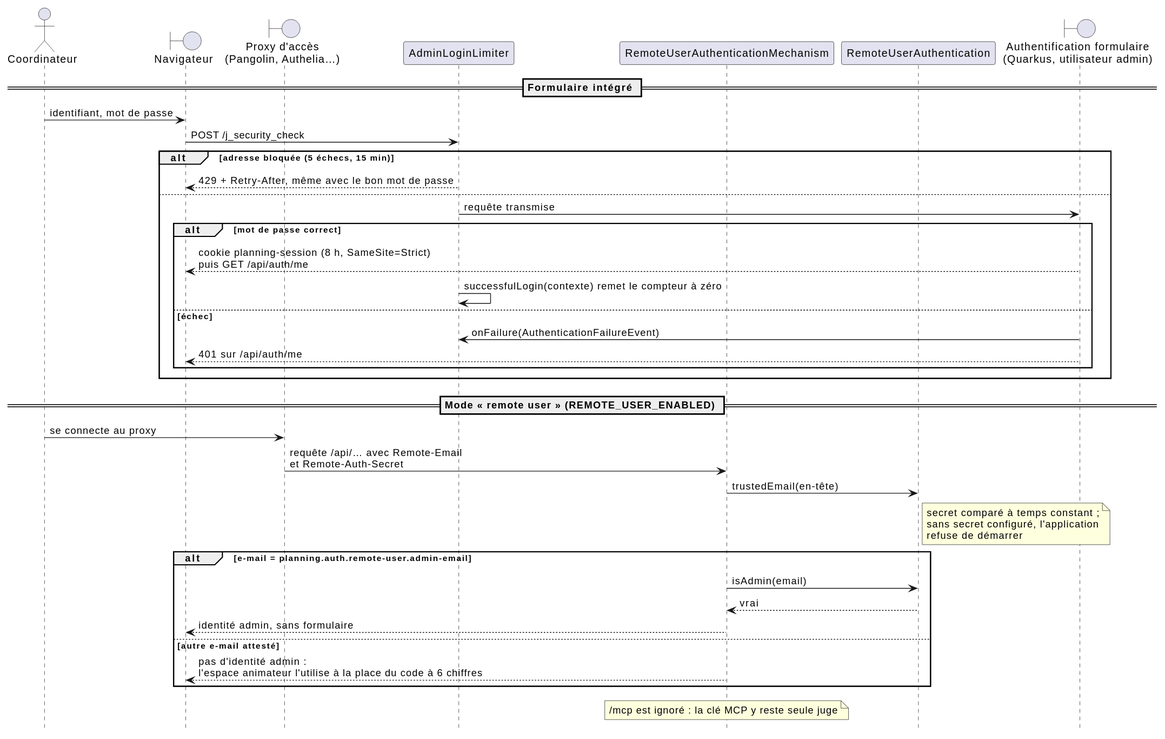
This is docs/diagrammes/authentification.svg from sylvainmetayer/planning-equipes, a PlantUML export, as it was before one commit. Its diagram source:
```plantuml
@startuml
skinparam backgroundColor #FFFFFF
skinparam responseMessageBelowArrow true
hide footbox

actor "Coordinateur" as admin
boundary "Navigateur" as front
boundary "Proxy d'accès\n(Pangolin, Authelia…)" as proxy
participant AdminLoginLimiter as verrou
participant RemoteUserAuthenticationMechanism as remote
participant RemoteUserAuthentication as confiance
boundary "Authentification formulaire\n(Quarkus, utilisateur admin)" as form

== Formulaire intégré ==
admin -> front : identifiant, mot de passe
front -> verrou : POST /j_security_check
alt adresse bloquée (5 échecs, 15 min)
  verrou --> front : 429 + Retry-After, même avec le bon mot de passe
else
  verrou -> form : requête transmise
  alt mot de passe correct
    form --> front : cookie planning-session (8 h, SameSite=Strict)\npuis GET /api/auth/me
    verrou -> verrou : successfulLogin(contexte) remet le compteur à zéro
  else échec
    form -> verrou : onFailure(AuthenticationFailureEvent)
    form --> front : 401 sur /api/auth/me
  end
end

== Mode « remote user » (REMOTE_USER_ENABLED) ==
admin -> proxy : se connecte au proxy
proxy -> remote : requête /api/… avec Remote-Email\net Remote-Auth-Secret
remote -> confiance : trustedEmail(en-tête)
note right of confiance : secret comparé à temps constant ;\nsans secret configuré, l'application\nrefuse de démarrer
alt e-mail = planning.auth.remote-user.admin-email
  remote -> confiance : isAdmin(email)
  confiance --> remote : vrai
  remote --> front : identité admin, sans formulaire
else autre e-mail attesté
  remote --> front : pas d'identité admin :\nl'espace animateur l'utilise à la place du code à 6 chiffres
end
note over remote : /mcp est ignoré : la clé MCP y reste seule juge
@enduml
```
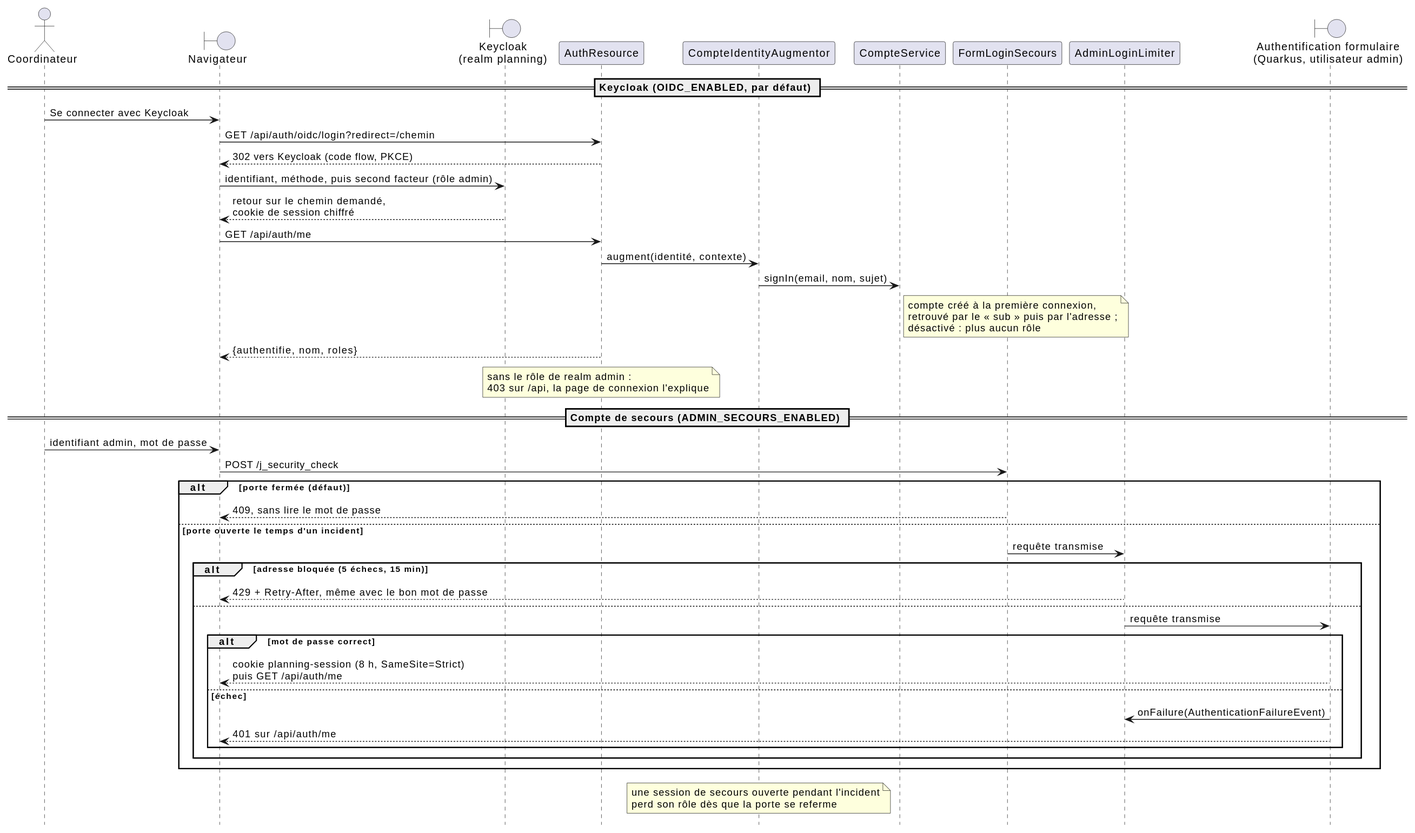
After the commit.

Commit message:
docs(diagrammes): redessiner connexion, espace et MCP pour Keycloak

Diff of the diagram source:
```diff
@@ -5,39 +5,45 @@
 
 actor "Coordinateur" as admin
 boundary "Navigateur" as front
-boundary "Proxy d'accès\n(Pangolin, Authelia…)" as proxy
+boundary "Keycloak\n(realm planning)" as keycloak
+participant AuthResource as auth
+participant CompteIdentityAugmentor as compte
+participant CompteService as comptes
+participant FormLoginSecours as secours
 participant AdminLoginLimiter as verrou
-participant RemoteUserAuthenticationMechanism as remote
-participant RemoteUserAuthentication as confiance
 boundary "Authentification formulaire\n(Quarkus, utilisateur admin)" as form
 
-== Formulaire intégré ==
-admin -> front : identifiant, mot de passe
-front -> verrou : POST /j_security_check
-alt adresse bloquée (5 échecs, 15 min)
-  verrou --> front : 429 + Retry-After, même avec le bon mot de passe
-else
-  verrou -> form : requête transmise
-  alt mot de passe correct
-    form --> front : cookie planning-session (8 h, SameSite=Strict)\npuis GET /api/auth/me
-    verrou -> verrou : successfulLogin(contexte) remet le compteur à zéro
-  else échec
-    form -> verrou : onFailure(AuthenticationFailureEvent)
-    form --> front : 401 sur /api/auth/me
+== Keycloak (OIDC_ENABLED, par défaut) ==
+admin -> front : Se connecter avec Keycloak
+front -> auth : GET /api/auth/oidc/login?redirect=/chemin
+auth --> front : 302 vers Keycloak (code flow, PKCE)
+front -> keycloak : identifiant, méthode, puis second facteur (rôle admin)
+keycloak --> front : retour sur le chemin demandé,\ncookie de session chiffré
+front -> auth : GET /api/auth/me
+auth -> compte : augment(identité, contexte)
+compte -> comptes : signIn(email, nom, sujet)
+note right of comptes : compte créé à la première connexion,\nretrouvé par le « sub » puis par l'adresse ;\ndésactivé : plus aucun rôle
+auth --> front : {authentifie, nom, roles}
+note over auth : sans le rôle de realm admin :\n403 sur /api, la page de connexion l'explique
+
+== Compte de secours (ADMIN_SECOURS_ENABLED) ==
+admin -> front : identifiant admin, mot de passe
+front -> secours : POST /j_security_check
+alt porte fermée (défaut)
+  secours --> front : 409, sans lire le mot de passe
+else porte ouverte le temps d'un incident
+  secours -> verrou : requête transmise
+  alt adresse bloquée (5 échecs, 15 min)
+    verrou --> front : 429 + Retry-After, même avec le bon mot de passe
+  else
+    verrou -> form : requête transmise
+    alt mot de passe correct
+      form --> front : cookie planning-session (8 h, SameSite=Strict)\npuis GET /api/auth/me
+    else échec
+      form -> verrou : onFailure(AuthenticationFailureEvent)
+      form --> front : 401 sur /api/auth/me
+    end
   end
 end
-
-== Mode « remote user » (REMOTE_USER_ENABLED) ==
-admin -> proxy : se connecte au proxy
-proxy -> remote : requête /api/… avec Remote-Email\net Remote-Auth-Secret
-remote -> confiance : trustedEmail(en-tête)
-note right of confiance : secret comparé à temps constant ;\nsans secret configuré, l'application\nrefuse de démarrer
-alt e-mail = planning.auth.remote-user.admin-email
-  remote -> confiance : isAdmin(email)
-  confiance --> remote : vrai
-  remote --> front : identité admin, sans formulaire
-else autre e-mail attesté
-  remote --> front : pas d'identité admin :\nl'espace animateur l'utilise à la place du code à 6 chiffres
-end
-note over remote : /mcp est ignoré : la clé MCP y reste seule juge
+note over compte : une session de secours ouverte pendant l'incident\nperd son rôle dès que la porte se referme
 @enduml
```
